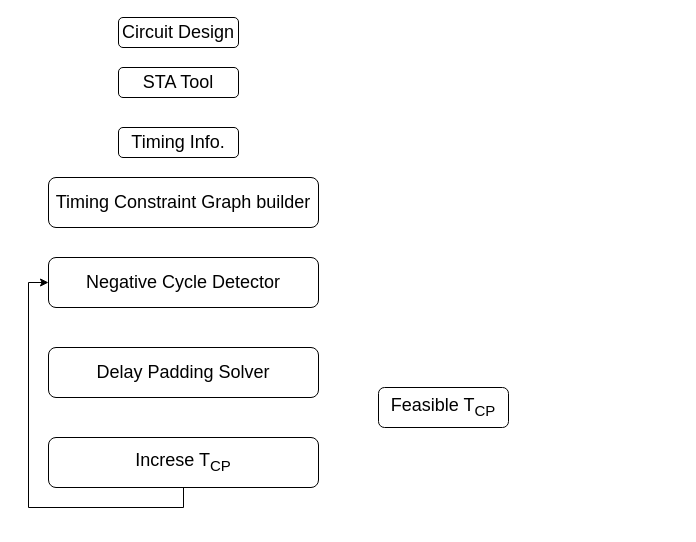
Before: framework.drawio in kxzhu0505/Delay-Padding-For-Multi-corner, a draw.io diagram. Source tidied: cells renumbered, new cells numbered last; positions are measured from the earlier drawing's top-left corner, leaving out a move shared by most shapes. Both pictures are drawn from the tidied source at 100%, with x=0, y=0 at pixel (28, 17).
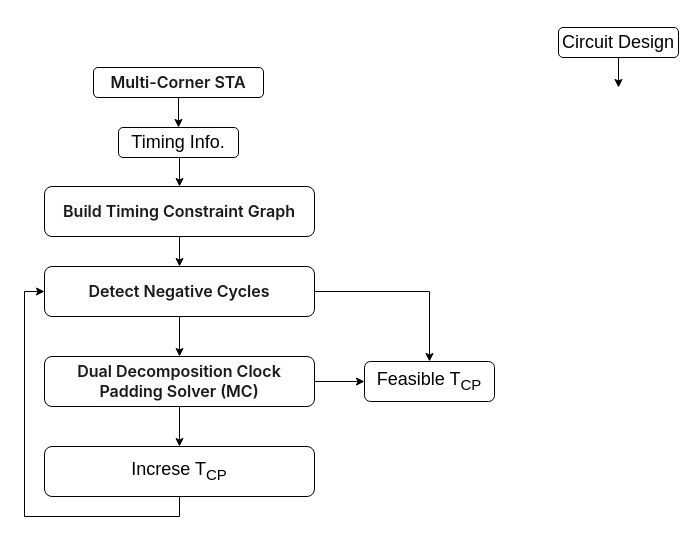
The same diagram, later.

The change refers to these unchanged cells:
```xml
<mxCell id="4" value="&lt;font style=&quot;font-size: 18px;&quot;&gt;Timing Info.&lt;/font&gt;" style="rounded=1;whiteSpace=wrap;html=1;" parent="1" vertex="1">
  <mxGeometry x="90" y="110" width="120" height="30" as="geometry" />
</mxCell>
```

What changed in the source:
```diff
@@
+    <mxCell id="11" style="edgeStyle=orthogonalEdgeStyle;rounded=0;jettySize=auto;html=1;entryX=0.5;entryY=0;entryDx=0;entryDy=0;" parent="1" edge="1" source="2">
+      <mxGeometry relative="1" as="geometry">
+        <mxPoint x="590" y="70" as="targetPoint" />
+      </mxGeometry>
+    </mxCell>
     <mxCell id="2" value="&lt;font style=&quot;font-size: 18px;&quot;&gt;Circuit Design&lt;/font&gt;" style="rounded=1;whiteSpace=wrap;html=1;" parent="1" vertex="1">
-      <mxGeometry x="90" width="120" height="30" as="geometry" />
+      <mxGeometry x="530" y="10" width="120" height="30" as="geometry" />
     </mxCell>
+    <mxCell id="12" style="edgeStyle=orthogonalEdgeStyle;rounded=0;jettySize=auto;html=1;entryX=0.5;entryY=0;entryDx=0;entryDy=0;" parent="1" edge="1" source="3" target="4">
+      <mxGeometry relative="1" as="geometry" />
+    </mxCell>
-    <mxCell id="3" value="&lt;font style=&quot;font-size: 18px;&quot;&gt;STA Tool&lt;/font&gt;" style="rounded=1;whiteSpace=wrap;html=1;" parent="1" vertex="1">
-      <mxGeometry x="90" y="50" width="120" height="30" as="geometry" />
+    <mxCell id="3" value="&lt;span style=&quot;margin: 0px; padding: 0px; border: 0px; font-variant-numeric: inherit; font-variant-east-asian: inherit; font-variant-alternates: inherit; font-variant-position: inherit; font-variant-emoji: inherit; font-weight: 600; font-stretch: inherit; font-size: 16px; line-height: inherit; font-family: &amp;quot;PingFang SC&amp;quot;, -apple-system, &amp;quot;system-ui&amp;quot;, &amp;quot;Segoe UI&amp;quot;, Roboto, Ubuntu, &amp;quot;Helvetica Neue&amp;quot;, Helvetica, Arial, &amp;quot;Hiragino Sans GB&amp;quot;, &amp;quot;Microsoft YaHei UI&amp;quot;, &amp;quot;Microsoft YaHei&amp;quot;, &amp;quot;Source Han Sans CN&amp;quot;, sans-serif; font-optical-sizing: inherit; font-size-adjust: inherit; font-kerning: inherit; font-feature-settings: inherit; font-variation-settings: inherit; vertical-align: baseline; color: rgba(0, 0, 0, 0.9); text-align: left; background-color: rgb(252, 252, 252);&quot;&gt;Multi-Corner STA&lt;/span&gt;" style="rounded=1;whiteSpace=wrap;html=1;" parent="1" vertex="1">
+      <mxGeometry x="65" y="50" width="170" height="30" as="geometry" />
     </mxCell>
+    <mxCell id="13" style="edgeStyle=orthogonalEdgeStyle;rounded=0;jettySize=auto;html=1;entryX=0.5;entryY=0;entryDx=0;entryDy=0;" parent="1" edge="1" target="5">
+      <mxGeometry relative="1" as="geometry">
+        <mxPoint x="146" y="140" as="sourcePoint" />
+      </mxGeometry>
+    </mxCell>
@@
+    <mxCell id="14" style="edgeStyle=orthogonalEdgeStyle;rounded=0;jettySize=auto;html=1;entryX=0.5;entryY=0;entryDx=0;entryDy=0;" parent="1" edge="1" source="5" target="6">
+      <mxGeometry relative="1" as="geometry" />
+    </mxCell>
-    <mxCell id="5" value="&lt;font style=&quot;font-size: 18px;&quot;&gt;Timing Constraint Graph builder&lt;/font&gt;" style="rounded=1;whiteSpace=wrap;html=1;" parent="1" vertex="1">
-      <mxGeometry x="20" y="160" width="270" height="50" as="geometry" />
+    <mxCell id="5" value="&lt;span style=&quot;margin: 0px; padding: 0px; border: 0px; font-variant-numeric: inherit; font-variant-east-asian: inherit; font-variant-alternates: inherit; font-variant-position: inherit; font-variant-emoji: inherit; font-weight: 600; font-stretch: inherit; font-size: 16px; line-height: inherit; font-family: &amp;quot;PingFang SC&amp;quot;, -apple-system, &amp;quot;system-ui&amp;quot;, &amp;quot;Segoe UI&amp;quot;, Roboto, Ubuntu, &amp;quot;Helvetica Neue&amp;quot;, Helvetica, Arial, &amp;quot;Hiragino Sans GB&amp;quot;, &amp;quot;Microsoft YaHei UI&amp;quot;, &amp;quot;Microsoft YaHei&amp;quot;, &amp;quot;Source Han Sans CN&amp;quot;, sans-serif; font-optical-sizing: inherit; font-size-adjust: inherit; font-kerning: inherit; font-feature-settings: inherit; font-variation-settings: inherit; vertical-align: baseline; color: rgba(0, 0, 0, 0.9); text-align: left; background-color: rgb(252, 252, 252);&quot;&gt;Build Timing Constraint Graph&lt;/span&gt;" style="rounded=1;whiteSpace=wrap;html=1;" parent="1" vertex="1">
+      <mxGeometry x="16" y="169" width="270" height="50" as="geometry" />
     </mxCell>
+    <mxCell id="15" style="edgeStyle=orthogonalEdgeStyle;rounded=0;jettySize=auto;html=1;entryX=0.5;entryY=0;entryDx=0;entryDy=0;" parent="1" edge="1" source="6" target="7">
+      <mxGeometry relative="1" as="geometry" />
+    </mxCell>
+    <mxCell id="16" style="edgeStyle=orthogonalEdgeStyle;rounded=0;jettySize=auto;html=1;entryX=0.5;entryY=0;entryDx=0;entryDy=0;" parent="1" edge="1" source="6" target="10">
+      <mxGeometry relative="1" as="geometry" />
+    </mxCell>
-    <mxCell id="6" value="&lt;font style=&quot;font-size: 18px;&quot;&gt;Negative Cycle Detector&lt;/font&gt;" style="rounded=1;whiteSpace=wrap;html=1;" parent="1" vertex="1">
-      <mxGeometry x="20" y="240" width="270" height="50" as="geometry" />
+    <mxCell id="6" value="&lt;span style=&quot;margin: 0px; padding: 0px; border: 0px; font-variant-numeric: inherit; font-variant-east-asian: inherit; font-variant-alternates: inherit; font-variant-position: inherit; font-variant-emoji: inherit; font-weight: 600; font-stretch: inherit; font-size: 16px; line-height: inherit; font-family: &amp;quot;PingFang SC&amp;quot;, -apple-system, &amp;quot;system-ui&amp;quot;, &amp;quot;Segoe UI&amp;quot;, Roboto, Ubuntu, &amp;quot;Helvetica Neue&amp;quot;, Helvetica, Arial, &amp;quot;Hiragino Sans GB&amp;quot;, &amp;quot;Microsoft YaHei UI&amp;quot;, &amp;quot;Microsoft YaHei&amp;quot;, &amp;quot;Source Han Sans CN&amp;quot;, sans-serif; font-optical-sizing: inherit; font-size-adjust: inherit; font-kerning: inherit; font-feature-settings: inherit; font-variation-settings: inherit; vertical-align: baseline; color: rgba(0, 0, 0, 0.9); text-align: left; background-color: rgb(252, 252, 252);&quot;&gt;Detect Negative Cycles&lt;/span&gt;" style="rounded=1;whiteSpace=wrap;html=1;" parent="1" vertex="1">
+      <mxGeometry x="16" y="249" width="270" height="50" as="geometry" />
     </mxCell>
+    <mxCell id="17" style="edgeStyle=orthogonalEdgeStyle;rounded=0;jettySize=auto;html=1;entryX=0.5;entryY=0;entryDx=0;entryDy=0;" parent="1" edge="1" source="7" target="9">
+      <mxGeometry relative="1" as="geometry" />
+    </mxCell>
+    <mxCell id="18" style="edgeStyle=orthogonalEdgeStyle;rounded=0;jettySize=auto;html=1;entryX=0;entryY=0.5;entryDx=0;entryDy=0;" parent="1" edge="1" source="7" target="10">
+      <mxGeometry relative="1" as="geometry" />
+    </mxCell>
-    <mxCell id="7" value="&lt;font style=&quot;font-size: 18px;&quot;&gt;Delay Padding Solver&lt;/font&gt;" style="rounded=1;whiteSpace=wrap;html=1;" parent="1" vertex="1">
-      <mxGeometry x="20" y="330" width="270" height="50" as="geometry" />
+    <mxCell id="7" value="&lt;span style=&quot;margin: 0px; padding: 0px; border: 0px; font-variant-numeric: inherit; font-variant-east-asian: inherit; font-variant-alternates: inherit; font-variant-position: inherit; font-variant-emoji: inherit; font-weight: 600; font-stretch: inherit; font-size: 16px; line-height: inherit; font-family: &amp;quot;PingFang SC&amp;quot;, -apple-system, &amp;quot;system-ui&amp;quot;, &amp;quot;Segoe UI&amp;quot;, Roboto, Ubuntu, &amp;quot;Helvetica Neue&amp;quot;, Helvetica, Arial, &amp;quot;Hiragino Sans GB&amp;quot;, &amp;quot;Microsoft YaHei UI&amp;quot;, &amp;quot;Microsoft YaHei&amp;quot;, &amp;quot;Source Han Sans CN&amp;quot;, sans-serif; font-optical-sizing: inherit; font-size-adjust: inherit; font-kerning: inherit; font-feature-settings: inherit; font-variation-settings: inherit; vertical-align: baseline; color: rgba(0, 0, 0, 0.9); text-align: left; background-color: rgb(252, 252, 252);&quot;&gt;Dual Decomposition Clock Padding Solver (MC)&lt;/span&gt;" style="rounded=1;whiteSpace=wrap;html=1;" parent="1" vertex="1">
+      <mxGeometry x="16" y="339" width="270" height="50" as="geometry" />
     </mxCell>
     <mxCell id="8" style="edgeStyle=orthogonalEdgeStyle;rounded=0;jettySize=auto;html=1;entryX=0;entryY=0.5;entryDx=0;entryDy=0;" parent="1" edge="1" source="9" target="6">
       <mxGeometry relative="1" as="geometry">
         <Array as="points">
-          <mxPoint x="155" y="490" />
-          <mxPoint y="490" />
-          <mxPoint y="265" />
+          <mxPoint x="151" y="499" />
+          <mxPoint x="-4" y="499" />
+          <mxPoint x="-4" y="274" />
         </Array>
       </mxGeometry>
     </mxCell>
     <mxCell id="9" value="&lt;span style=&quot;font-size: 18px;&quot;&gt;Increse T&lt;sub&gt;CP&lt;/sub&gt;&lt;/span&gt;" style="rounded=1;whiteSpace=wrap;html=1;" parent="1" vertex="1">
-      <mxGeometry x="20" y="420" width="270" height="50" as="geometry" />
+      <mxGeometry x="16" y="429" width="270" height="50" as="geometry" />
     </mxCell>
     <mxCell id="10" value="&lt;font style=&quot;font-size: 18px;&quot;&gt;Feasible T&lt;sub&gt;CP&lt;/sub&gt;&lt;/font&gt;" style="rounded=1;whiteSpace=wrap;html=1;" parent="1" vertex="1">
-      <mxGeometry x="350" y="370" width="130" height="40" as="geometry" />
+      <mxGeometry x="336" y="344" width="130" height="40" as="geometry" />
     </mxCell>
```
